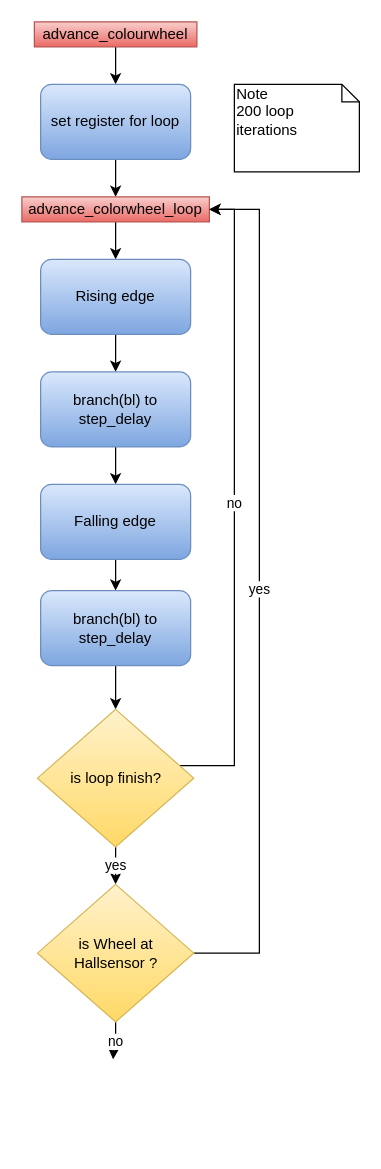
Above: diagrams/Programmablauf_advance_colorwheel.drawio in DerToaster98/SysProgTIT18 (draw.io), before the change. Source tidied: cells renumbered, new cells numbered last; positions are measured from the earlier drawing's top-left corner, leaving out a move shared by most shapes. Both pictures are drawn from the tidied source at 125%, with x=0, y=0 at pixel (21, 21).
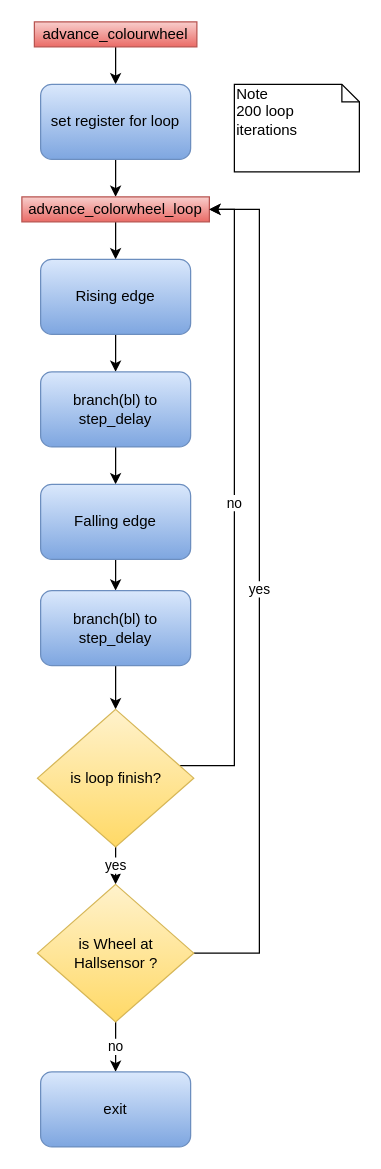
The same page after the edit.

The change refers to these unchanged cells:
```xml
<mxCell id="21" value="is Wheel at &lt;br&gt;Hallsensor ?" style="rhombus;whiteSpace=wrap;html=1;gradientColor=#ffd966;fillColor=#fff2cc;strokeColor=#d6b656;" parent="1" vertex="1">
  <mxGeometry x="12.5" y="690" width="125" height="110" as="geometry" />
</mxCell>
```

What changed in the source:
```diff
@@
-    <mxCell id="20" value="no" style="edgeStyle=orthogonalEdgeStyle;rounded=0;jettySize=auto;html=1;" parent="1" edge="1" source="21">
-      <mxGeometry relative="1" as="geometry">
-        <mxPoint x="73" y="830" as="targetPoint" />
-      </mxGeometry>
+    <mxCell id="20" value="no" style="edgeStyle=orthogonalEdgeStyle;rounded=0;jettySize=auto;html=1;entryX=0.5;entryY=0;entryDx=0;entryDy=0;" parent="1" edge="1" source="21" target="23">
+      <mxGeometry relative="1" as="geometry" />
     </mxCell>
@@
+    <mxCell id="23" value="exit" style="rounded=1;whiteSpace=wrap;html=1;gradientColor=#7ea6e0;fillColor=#dae8fc;strokeColor=#6c8ebf;" parent="1" vertex="1">
+      <mxGeometry x="15" y="840" width="120" height="60" as="geometry" />
+    </mxCell>
```
